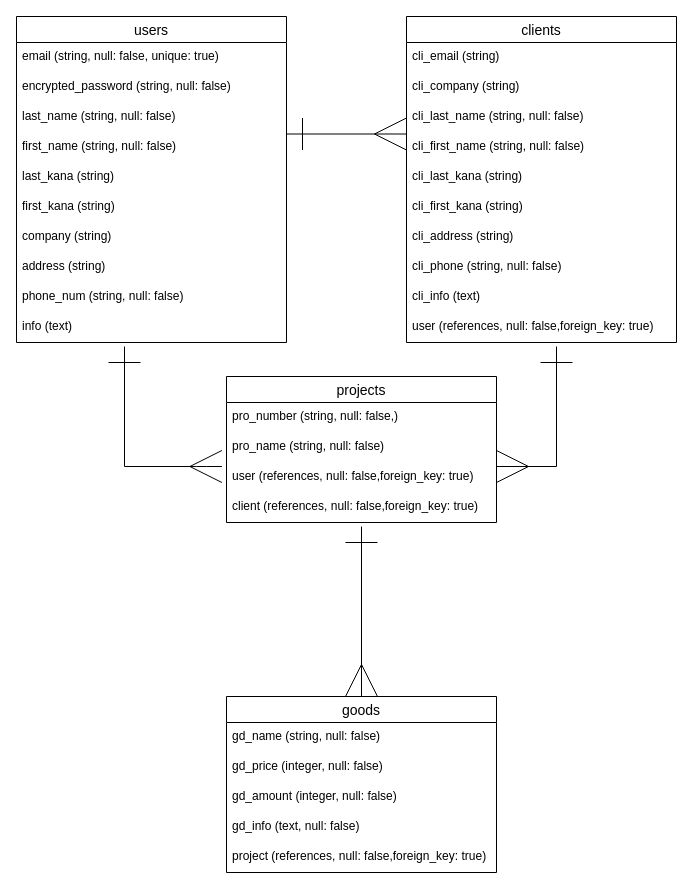
Above: ER.dio in Harada-Yudai/mitsumorimasu (draw.io), before the change. Source tidied: cells renumbered, new cells numbered last; positions are measured from the earlier drawing's top-left corner, leaving out a move shared by most shapes. Both pictures are drawn from the tidied source at 100%, with x=0, y=0 at pixel (16, 16).
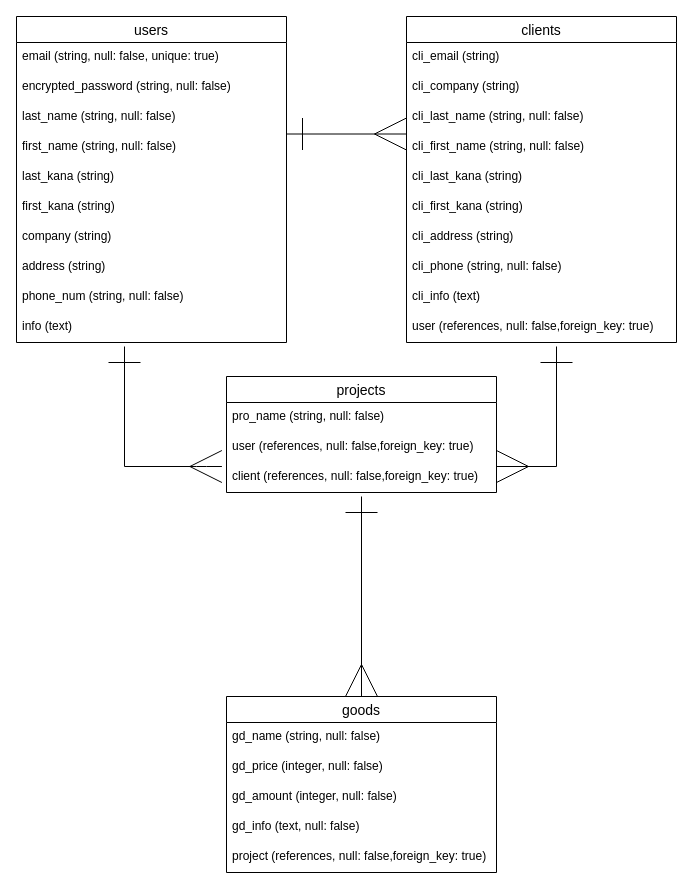
The same page after the edit.

The change refers to these unchanged cells:
```xml
<mxCell id="32" value="goods" style="swimlane;fontStyle=0;horizontal=1;startSize=26;align=center;fontSize=14;" parent="1" vertex="1">
  <mxGeometry x="210" y="680" width="270" height="176" as="geometry" />
</mxCell>
```

What changed in the source:
```diff
@@
     <mxCell id="25" value="projects" style="swimlane;fontStyle=0;horizontal=1;startSize=26;align=center;fontSize=14;" parent="1" vertex="1">
-      <mxGeometry x="210" y="360" width="270" height="146" as="geometry" />
+      <mxGeometry x="210" y="360" width="270" height="116" as="geometry" />
     </mxCell>
-    <mxCell id="26" value="pro_number (string, null: false,)" style="text;strokeColor=none;fillColor=none;spacingLeft=4;spacingRight=4;overflow=hidden;fontSize=12;" parent="25" vertex="1">
-      <mxGeometry y="26" width="270" height="30" as="geometry" />
-    </mxCell>
     <mxCell id="27" value="pro_name (string, null: false)" style="text;strokeColor=none;fillColor=none;spacingLeft=4;spacingRight=4;overflow=hidden;fontSize=12;" parent="25" vertex="1">
-      <mxGeometry y="56" width="270" height="30" as="geometry" />
+      <mxGeometry y="26" width="270" height="30" as="geometry" />
     </mxCell>
     <mxCell id="28" value="user (references, null: false,foreign_key: true)" style="text;strokeColor=none;fillColor=none;spacingLeft=4;spacingRight=4;overflow=hidden;fontSize=12;" parent="25" vertex="1">
-      <mxGeometry y="86" width="270" height="30" as="geometry" />
+      <mxGeometry y="56" width="270" height="30" as="geometry" />
     </mxCell>
     <mxCell id="29" value="client (references, null: false,foreign_key: true)" style="text;strokeColor=none;fillColor=none;spacingLeft=4;spacingRight=4;overflow=hidden;fontSize=12;" parent="25" vertex="1">
-      <mxGeometry y="116" width="270" height="30" as="geometry" />
+      <mxGeometry y="86" width="270" height="30" as="geometry" />
     </mxCell>
@@
     <mxCell id="38" style="endArrow=ERmany;html=1;rounded=0;endFill=0;startSize=30;startArrow=ERone;startFill=0;endSize=30;entryX=0.5;entryY=0;entryDx=0;entryDy=0;" parent="1" edge="1" target="32">
       <mxGeometry relative="1" as="geometry">
-        <mxPoint x="345" y="510" as="sourcePoint" />
+        <mxPoint x="345" y="480" as="sourcePoint" />
       </mxGeometry>
     </mxCell>
```
